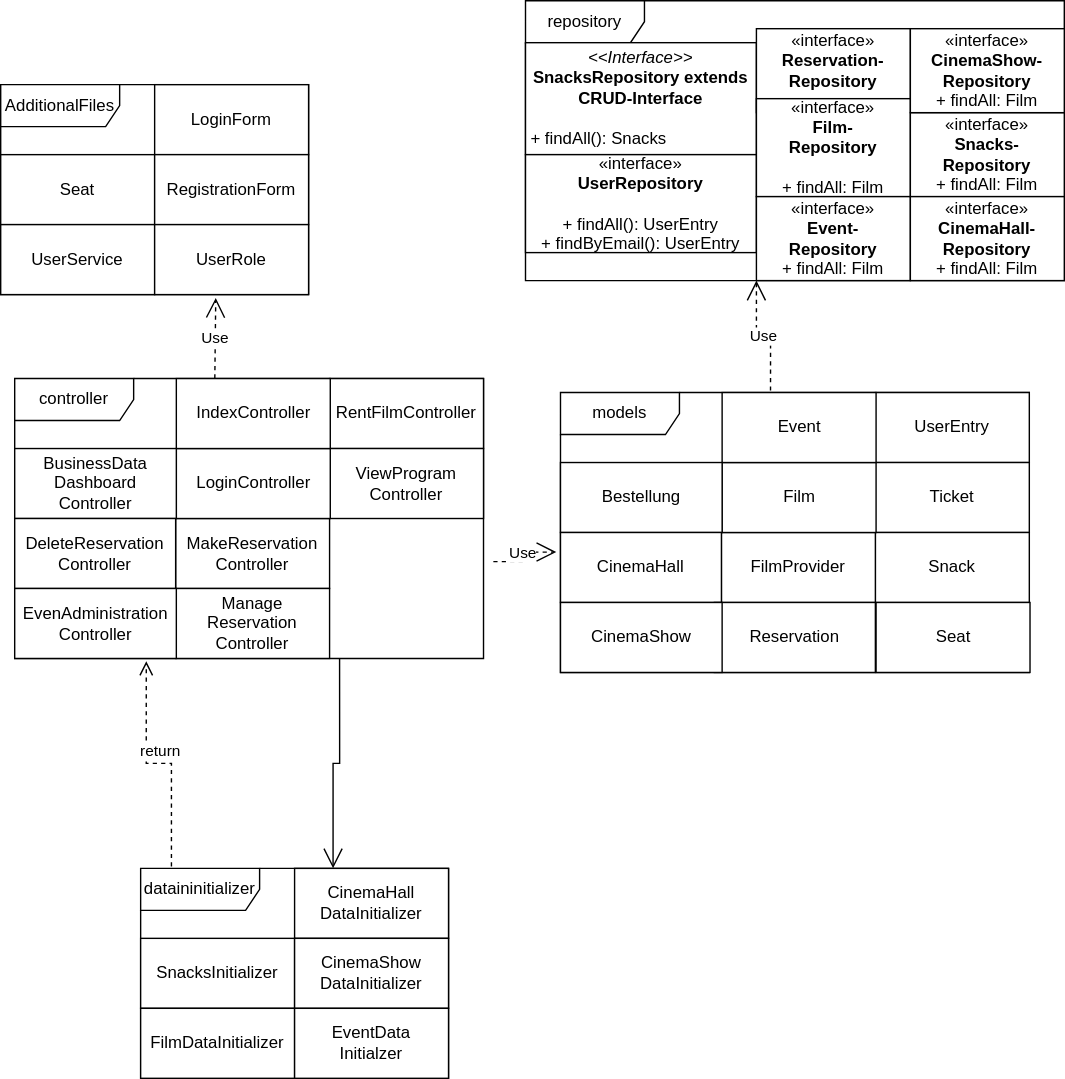
Earlier version of the draw.io export src/main/asciidoc/models/design/packagediagramm/PackageDiagram.drawio.svg (Leonard0108/Anwendungsprogrammierung). Source tidied: cells renumbered, new cells last; positions are measured from the earlier drawing's top-left corner, leaving out a move shared by most shapes.
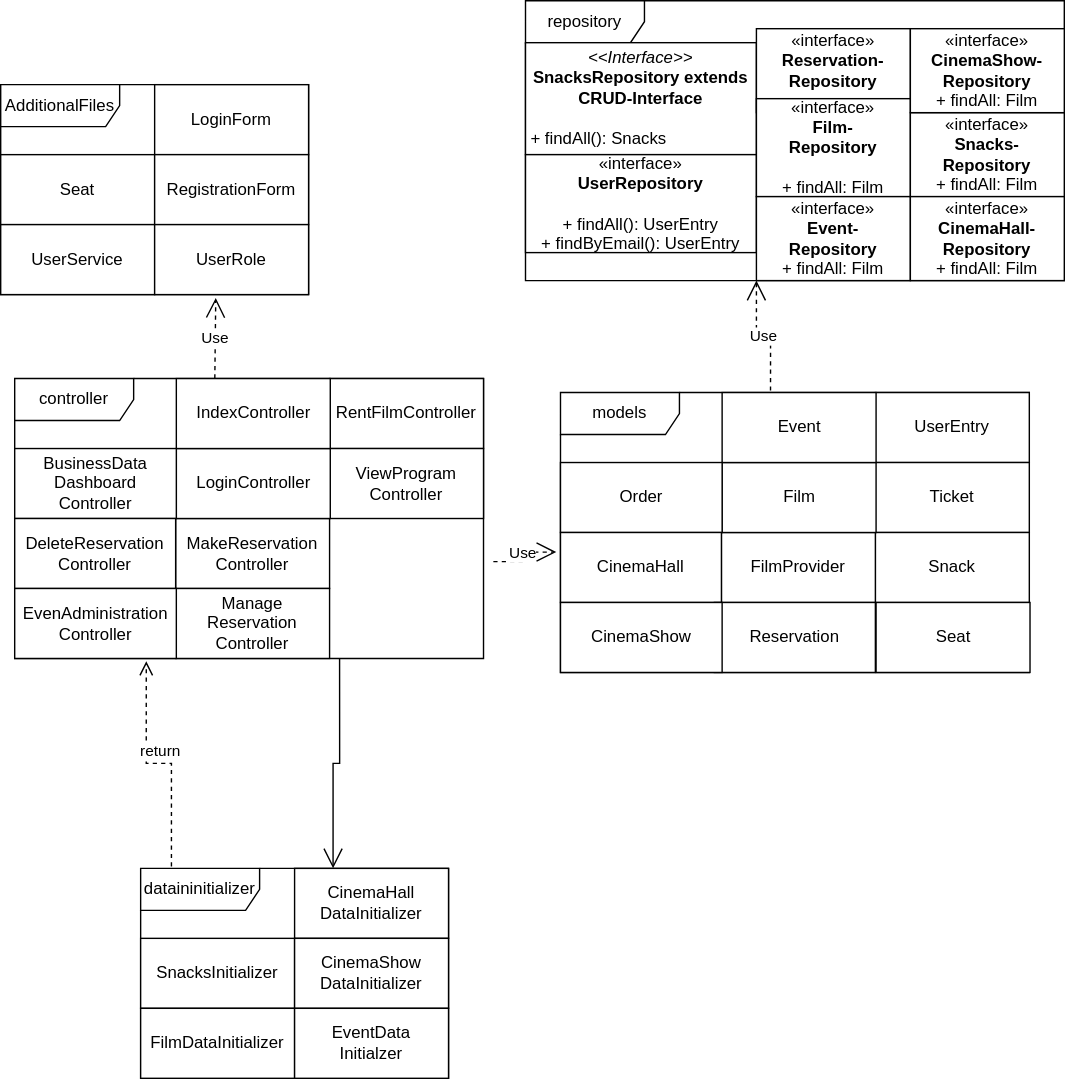
After the commit.

Change to the diagram source:
```diff
@@ -53,7 +53,7 @@
     <mxCell id="18" value="Event" style="html=1;whiteSpace=wrap;" parent="1" vertex="1">
       <mxGeometry x="515.5" y="280" width="110" height="50" as="geometry" />
     </mxCell>
-    <mxCell id="19" value="Bestellung" style="html=1;whiteSpace=wrap;" parent="1" vertex="1">
+    <mxCell id="19" value="Order" style="html=1;whiteSpace=wrap;" parent="1" vertex="1">
       <mxGeometry x="400" y="330" width="115.5" height="50" as="geometry" />
     </mxCell>
     <mxCell id="20" value="CinemaHall" style="html=1;whiteSpace=wrap;" parent="1" vertex="1">
```
